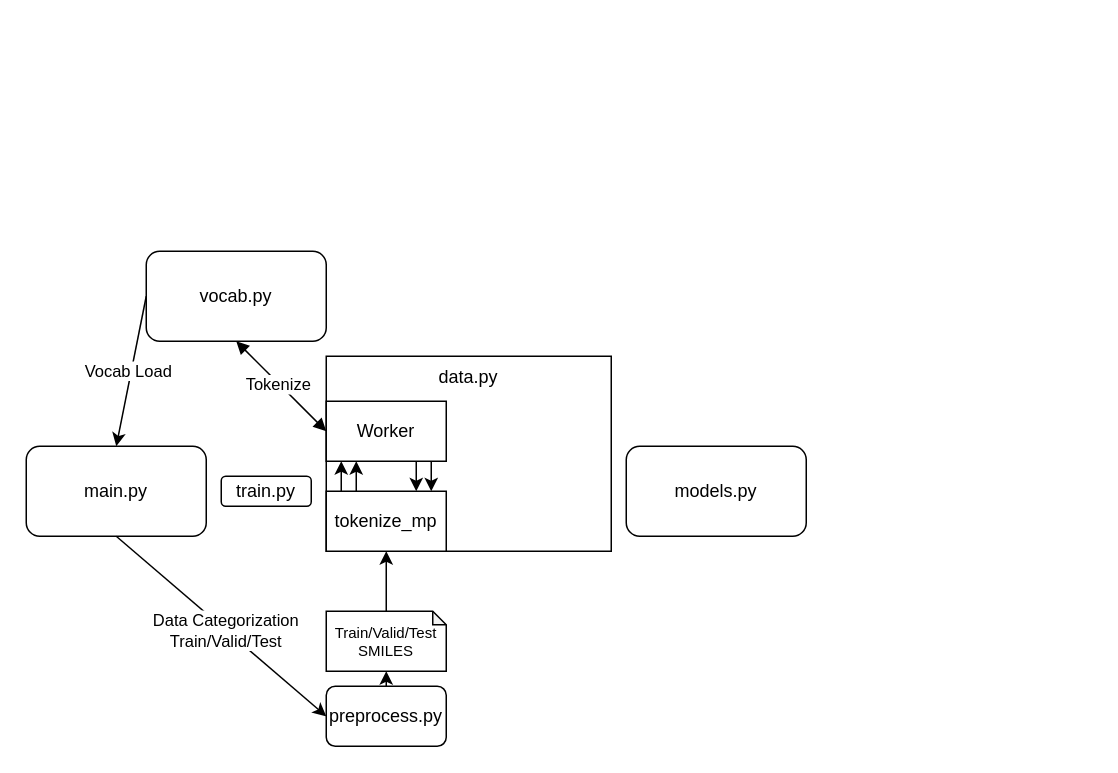
Above: Untitled Diagram.drawio in rladbtls1998/public_temp (draw.io), before the change. Source tidied: cells renumbered, new cells numbered last; positions are measured from the earlier drawing's top-left corner, leaving out a move shared by most shapes. Both pictures are drawn from the tidied source at 150%, with x=0, y=0 at pixel (26, 250).
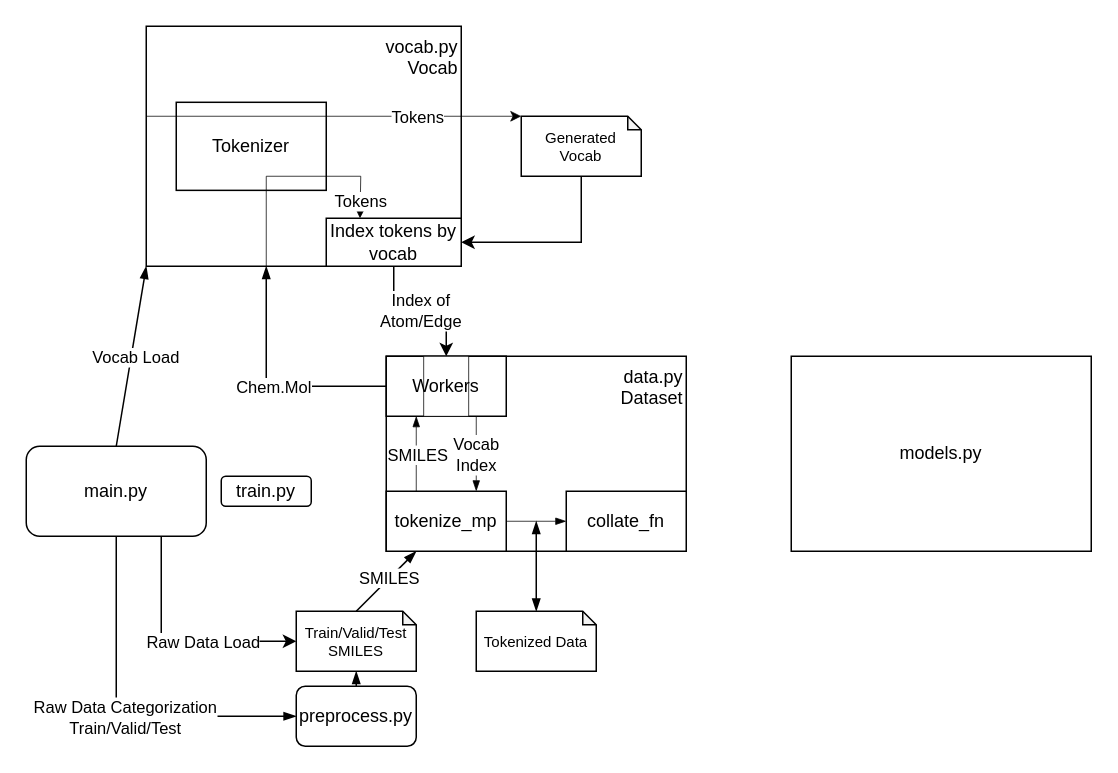
The same page after the edit.

The change refers to these unchanged cells:
```xml
<mxCell id="2" value="main.py" style="rounded=1;whiteSpace=wrap;html=1;" parent="1" vertex="1">
  <mxGeometry y="130" width="120" height="60" as="geometry" />
</mxCell>
```

What changed in the source:
```diff
@@
-    <mxCell id="3" value="models.py" style="rounded=1;whiteSpace=wrap;html=1;" parent="1" vertex="1">
-      <mxGeometry x="400" y="130" width="120" height="60" as="geometry" />
+    <mxCell id="3" value="models.py" style="rounded=0;whiteSpace=wrap;html=1;" parent="1" vertex="1">
+      <mxGeometry x="510" y="70" width="200" height="130" as="geometry" />
     </mxCell>
     <mxCell id="4" value="preprocess.py" style="rounded=1;whiteSpace=wrap;html=1;" parent="1" vertex="1">
-      <mxGeometry x="200" y="290" width="80" height="40" as="geometry" />
+      <mxGeometry x="180" y="290" width="80" height="40" as="geometry" />
     </mxCell>
@@
-    <mxCell id="6" value="vocab.py" style="rounded=1;whiteSpace=wrap;html=1;" parent="1" vertex="1">
-      <mxGeometry x="80" width="120" height="60" as="geometry" />
-    </mxCell>
-    <mxCell id="7" style="endArrow=classic;html=1;rounded=0;exitX=0.5;exitY=1;exitDx=0;exitDy=0;entryX=0;entryY=0.5;entryDx=0;entryDy=0;" parent="1" edge="1" source="2" target="4">
-      <mxGeometry relative="1" as="geometry" />
+    <mxCell id="7" style="endArrow=blockThin;html=1;rounded=0;exitX=0.5;exitY=1;exitDx=0;exitDy=0;entryX=0;entryY=0.5;entryDx=0;entryDy=0;endFill=1;edgeStyle=elbowEdgeStyle;" parent="1" edge="1" source="2" target="4">
+      <mxGeometry relative="1" as="geometry">
+        <Array as="points">
+          <mxPoint x="60" y="250" />
+        </Array>
+      </mxGeometry>
     </mxCell>
-    <mxCell id="8" value="&lt;div&gt;Data Categorization&lt;/div&gt;&lt;div&gt;Train/Valid/Test&lt;br&gt;&lt;/div&gt;" style="edgeLabel;html=1;align=center;verticalAlign=middle;" parent="7" vertex="1">
+    <mxCell id="8" value="&lt;div&gt;Raw Data Categorization&lt;/div&gt;&lt;div&gt;Train/Valid/Test&lt;br&gt;&lt;/div&gt;" style="edgeLabel;html=1;align=center;verticalAlign=middle;" parent="7" vertex="1">
       <mxGeometry x="0.04" relative="1" as="geometry" />
     </mxCell>
-    <mxCell id="9" style="endArrow=classic;html=1;rounded=0;entryX=0.5;entryY=0;entryDx=0;entryDy=0;exitX=0;exitY=0.5;exitDx=0;exitDy=0;" parent="1" edge="1" source="6" target="2">
+    <mxCell id="9" style="endArrow=blockThin;html=1;rounded=0;entryX=0;entryY=1;entryDx=0;entryDy=0;exitX=0.5;exitY=0;exitDx=0;exitDy=0;endFill=1;" parent="1" edge="1" source="2" target="6">
       <mxGeometry relative="1" as="geometry" />
     </mxCell>
@@
-    <mxCell id="11" style="endArrow=classic;html=1;rounded=0;exitX=0.5;exitY=0;exitDx=0;exitDy=0;entryX=0.5;entryY=1;entryDx=0;entryDy=0;entryPerimeter=0;" parent="1" edge="1" source="4" target="12">
+    <mxCell id="11" style="endArrow=blockThin;html=1;rounded=0;exitX=0.5;exitY=0;exitDx=0;exitDy=0;entryX=0.5;entryY=1;entryDx=0;entryDy=0;entryPerimeter=0;endFill=1;" parent="1" edge="1" source="4" target="12">
       <mxGeometry relative="1" as="geometry" />
     </mxCell>
     <mxCell id="12" value="&lt;div style=&quot;font-size: 10px;&quot;&gt;&lt;font style=&quot;font-size: 10px;&quot;&gt;Train/Valid/Test&lt;br style=&quot;font-size: 10px;&quot;&gt;&lt;/font&gt;&lt;/div&gt;&lt;div style=&quot;font-size: 10px;&quot;&gt;&lt;font style=&quot;font-size: 10px;&quot;&gt;SMILES&lt;/font&gt;&lt;/div&gt;" style="shape=note;whiteSpace=wrap;html=1;backgroundOutline=1;darkOpacity=0.05;size=9;fontSize=10;" parent="1" vertex="1">
-      <mxGeometry x="200" y="240" width="80" height="40" as="geometry" />
+      <mxGeometry x="180" y="240" width="80" height="40" as="geometry" />
     </mxCell>
-    <mxCell id="13" style="rounded=0;jettySize=auto;html=1;exitX=0.5;exitY=0;exitDx=0;exitDy=0;exitPerimeter=0;entryX=0.5;entryY=1;entryDx=0;entryDy=0;" parent="1" edge="1" source="12" target="16">
+    <mxCell id="13" style="rounded=0;jettySize=auto;html=1;exitX=0.5;exitY=0;exitDx=0;exitDy=0;exitPerimeter=0;entryX=0.25;entryY=1;entryDx=0;entryDy=0;endArrow=blockThin;endFill=1;" parent="1" edge="1" source="12" target="16">
       <mxGeometry relative="1" as="geometry" />
     </mxCell>
-    <mxCell id="14" style="group;" parent="1" vertex="1">
-      <mxGeometry x="200" y="70" width="190" height="130" as="geometry" />
-    </mxCell>
+    <mxCell id="24" value="SMILES" style="edgeLabel;html=1;align=center;verticalAlign=middle;" parent="13" vertex="1">
+      <mxGeometry x="0.08" y="1" relative="1" as="geometry" />
+    </mxCell>
+    <mxCell id="22" style="rounded=0;orthogonalLoop=1;jettySize=auto;html=1;endArrow=blockThin;endFill=1;startArrow=none;startFill=0;exitX=0;exitY=0.5;exitDx=0;exitDy=0;edgeStyle=elbowEdgeStyle;elbow=vertical;" parent="1" edge="1">
+      <mxGeometry relative="1" as="geometry">
+        <mxPoint x="240" y="90" as="sourcePoint" />
+        <mxPoint x="160" y="10" as="targetPoint" />
+        <Array as="points">
+          <mxPoint x="190" y="90" />
+        </Array>
+      </mxGeometry>
+    </mxCell>
+    <mxCell id="25" value="Chem.Mol" style="edgeLabel;html=1;align=center;verticalAlign=middle;" parent="22" vertex="1">
+      <mxGeometry x="-0.62" relative="1" as="geometry">
+        <mxPoint x="-46" as="offset" />
+      </mxGeometry>
+    </mxCell>
+    <mxCell id="26" value="&lt;div style=&quot;font-size: 10px;&quot;&gt;Tokenized Data&lt;/div&gt;" style="shape=note;whiteSpace=wrap;html=1;backgroundOutline=1;darkOpacity=0.05;size=9;fontSize=10;" parent="1" vertex="1">
+      <mxGeometry x="300" y="240" width="80" height="40" as="geometry" />
+    </mxCell>
+    <mxCell id="27" style="group;" parent="1" vertex="1">
+      <mxGeometry x="240" y="70" width="200" height="130" as="geometry" />
+    </mxCell>
-    <mxCell id="15" value="data.py" style="rounded=0;whiteSpace=wrap;html=1;horizontal=1;verticalAlign=top;glass=0;shadow=0;textShadow=0;" parent="14" vertex="1">
-      <mxGeometry width="190" height="130" as="geometry" />
+    <mxCell id="15" value="data.py&lt;div&gt;Dataset&lt;/div&gt;" style="rounded=0;whiteSpace=wrap;html=1;horizontal=1;verticalAlign=top;glass=0;shadow=0;textShadow=0;align=right;" parent="27" vertex="1">
+      <mxGeometry width="200" height="130" as="geometry" />
     </mxCell>
+    <mxCell id="28" style="rounded=0;jettySize=auto;html=1;exitX=1;exitY=0.5;exitDx=0;exitDy=0;entryX=0;entryY=0.5;entryDx=0;entryDy=0;endArrow=blockThin;endFill=1;strokeWidth=0.5;" parent="27" edge="1" source="16" target="31">
+      <mxGeometry relative="1" as="geometry" />
+    </mxCell>
-    <mxCell id="16" value="tokenize_mp" style="rounded=0;whiteSpace=wrap;html=1;" parent="14" vertex="1">
+    <mxCell id="16" value="tokenize_mp" style="rounded=0;whiteSpace=wrap;html=1;" parent="27" vertex="1">
       <mxGeometry y="90" width="80" height="40" as="geometry" />
     </mxCell>
-    <mxCell id="17" value="Worker" style="rounded=0;whiteSpace=wrap;html=1;" parent="14" vertex="1">
-      <mxGeometry y="30" width="80" height="40" as="geometry" />
-    </mxCell>
-    <mxCell id="18" style="endArrow=classic;html=1;rounded=0;exitX=0.25;exitY=0;exitDx=0;exitDy=0;entryX=0.25;entryY=1;entryDx=0;entryDy=0;" parent="14" edge="1" source="16" target="17">
-      <mxGeometry relative="1" as="geometry" />
+    <mxCell id="18" style="endArrow=blockThin;html=1;rounded=0;exitX=0.25;exitY=0;exitDx=0;exitDy=0;entryX=0.25;entryY=1;entryDx=0;entryDy=0;endFill=1;strokeWidth=0.5;" parent="27" edge="1" source="16">
+      <mxGeometry relative="1" as="geometry">
+        <mxPoint x="20" y="40" as="targetPoint" />
+      </mxGeometry>
     </mxCell>
-    <mxCell id="19" style="endArrow=classic;html=1;rounded=0;exitX=0.25;exitY=0;exitDx=0;exitDy=0;entryX=0.25;entryY=1;entryDx=0;entryDy=0;" parent="14" edge="1">
-      <mxGeometry relative="1" as="geometry">
-        <mxPoint x="10" y="90" as="sourcePoint" />
-        <mxPoint x="10" y="70" as="targetPoint" />
-      </mxGeometry>
-    </mxCell>
+    <mxCell id="29" value="SMILES" style="edgeLabel;html=1;align=center;verticalAlign=middle;" parent="18" vertex="1">
+      <mxGeometry x="0.01" relative="1" as="geometry" />
+    </mxCell>
-    <mxCell id="20" style="endArrow=classic;html=1;rounded=0;exitX=0.75;exitY=1;exitDx=0;exitDy=0;entryX=0.75;entryY=0;entryDx=0;entryDy=0;" parent="14" edge="1" source="17" target="16">
-      <mxGeometry relative="1" as="geometry" />
+    <mxCell id="20" style="endArrow=blockThin;html=1;rounded=0;exitX=0.75;exitY=1;exitDx=0;exitDy=0;entryX=0.75;entryY=0;entryDx=0;entryDy=0;endFill=1;strokeWidth=0.5;" parent="27" edge="1" target="16">
+      <mxGeometry relative="1" as="geometry">
+        <mxPoint x="60" y="40" as="sourcePoint" />
+      </mxGeometry>
     </mxCell>
-    <mxCell id="21" style="endArrow=classic;html=1;rounded=0;exitX=0.75;exitY=1;exitDx=0;exitDy=0;entryX=0.75;entryY=0;entryDx=0;entryDy=0;" parent="14" edge="1">
-      <mxGeometry relative="1" as="geometry">
-        <mxPoint x="70" y="70" as="sourcePoint" />
-        <mxPoint x="70" y="90" as="targetPoint" />
-      </mxGeometry>
-    </mxCell>
-    <mxCell id="22" style="rounded=0;jettySize=auto;html=1;entryX=0.5;entryY=1;entryDx=0;entryDy=0;endArrow=block;endFill=1;startArrow=block;startFill=1;" parent="1" edge="1" target="6">
-      <mxGeometry relative="1" as="geometry">
-        <mxPoint x="200" y="120" as="sourcePoint" />
-      </mxGeometry>
-    </mxCell>
-    <mxCell id="23" value="Tokenize" style="edgeLabel;html=1;align=center;verticalAlign=middle;" parent="22" vertex="1">
-      <mxGeometry x="0.06" y="1" relative="1" as="geometry" />
-    </mxCell>
+    <mxCell id="30" value="Vocab&lt;div&gt;Index&lt;/div&gt;" style="edgeLabel;html=1;align=center;verticalAlign=middle;" parent="20" vertex="1">
+      <mxGeometry y="-1" relative="1" as="geometry" />
+    </mxCell>
+    <mxCell id="31" value="collate_fn" style="rounded=0;whiteSpace=wrap;html=1;" parent="27" vertex="1">
+      <mxGeometry x="120" y="90" width="80" height="40" as="geometry" />
+    </mxCell>
+    <mxCell id="32" style="rounded=0;whiteSpace=wrap;html=1;" parent="27" vertex="1">
+      <mxGeometry width="80" height="40" as="geometry" />
+    </mxCell>
+    <mxCell id="33" value="Workers" style="rounded=0;whiteSpace=wrap;html=1;strokeWidth=0.5;" parent="27" vertex="1">
+      <mxGeometry x="25" width="30" height="40" as="geometry" />
+    </mxCell>
+    <mxCell id="34" style="rounded=0;jettySize=auto;html=1;entryX=0.5;entryY=0;entryDx=0;entryDy=0;entryPerimeter=0;startArrow=blockThin;startFill=1;endArrow=blockThin;endFill=1;" parent="1" edge="1" target="26">
+      <mxGeometry relative="1" as="geometry">
+        <mxPoint x="340" y="180" as="sourcePoint" />
+      </mxGeometry>
+    </mxCell>
+    <mxCell id="35" value="&lt;div style=&quot;font-size: 10px;&quot;&gt;Generated&lt;/div&gt;&lt;div style=&quot;font-size: 10px;&quot;&gt;Vocab&lt;/div&gt;" style="shape=note;whiteSpace=wrap;html=1;backgroundOutline=1;darkOpacity=0.05;size=9;fontSize=10;" parent="1" vertex="1">
+      <mxGeometry x="330" y="-90" width="80" height="40" as="geometry" />
+    </mxCell>
+    <mxCell id="36" style="edgeStyle=orthogonalEdgeStyle;rounded=0;jettySize=auto;html=1;exitX=0.75;exitY=1;exitDx=0;exitDy=0;entryX=0;entryY=0.5;entryDx=0;entryDy=0;entryPerimeter=0;" parent="1" edge="1" source="2" target="12">
+      <mxGeometry relative="1" as="geometry" />
+    </mxCell>
+    <mxCell id="37" value="Raw Data Load" style="edgeLabel;html=1;align=center;verticalAlign=middle;" parent="36" vertex="1">
+      <mxGeometry x="0.21" relative="1" as="geometry" />
+    </mxCell>
+    <mxCell id="38" style="group;" parent="1" vertex="1">
+      <mxGeometry x="80" y="-150" width="210" height="160" as="geometry" />
+    </mxCell>
+    <mxCell id="6" value="vocab.py&lt;div&gt;Vocab&lt;/div&gt;" style="rounded=0;whiteSpace=wrap;html=1;align=right;verticalAlign=top;" parent="38" vertex="1">
+      <mxGeometry width="210" height="160" as="geometry" />
+    </mxCell>
+    <mxCell id="39" value="Tokenizer" style="rounded=0;whiteSpace=wrap;html=1;" parent="38" vertex="1">
+      <mxGeometry x="20" y="50.7" width="100" height="58.7" as="geometry" />
+    </mxCell>
+    <mxCell id="40" value="Index tokens by vocab" style="rounded=0;whiteSpace=wrap;html=1;" parent="38" vertex="1">
+      <mxGeometry x="120" y="128" width="90" height="32" as="geometry" />
+    </mxCell>
+    <mxCell id="41" style="endArrow=classic;html=1;rounded=0;entryX=0;entryY=0;entryDx=0;entryDy=0;entryPerimeter=0;strokeWidth=0.5;" parent="38" edge="1">
+      <mxGeometry relative="1" as="geometry">
+        <mxPoint y="60" as="sourcePoint" />
+        <mxPoint x="250" y="60" as="targetPoint" />
+      </mxGeometry>
+    </mxCell>
+    <mxCell id="42" value="Tokens" style="edgeLabel;html=1;align=center;verticalAlign=middle;" parent="41" vertex="1">
+      <mxGeometry x="0.44" relative="1" as="geometry" />
+    </mxCell>
+    <mxCell id="43" style="endArrow=classic;html=1;rounded=0;exitX=0.381;exitY=0.999;exitDx=0;exitDy=0;exitPerimeter=0;entryX=0.25;entryY=0;entryDx=0;entryDy=0;strokeWidth=0.5;" parent="38" edge="1" source="6" target="40">
+      <mxGeometry relative="1" as="geometry">
+        <Array as="points">
+          <mxPoint x="80" y="100" />
+          <mxPoint x="143" y="100" />
+        </Array>
+      </mxGeometry>
+    </mxCell>
+    <mxCell id="44" value="Tokens" style="edgeLabel;html=1;align=center;verticalAlign=middle;" parent="43" vertex="1">
+      <mxGeometry x="0.84" relative="1" as="geometry" />
+    </mxCell>
+    <mxCell id="45" style="edgeStyle=orthogonalEdgeStyle;rounded=0;jettySize=auto;html=1;exitX=0.5;exitY=1;exitDx=0;exitDy=0;entryX=1;entryY=0.5;entryDx=0;entryDy=0;exitPerimeter=0;" parent="1" edge="1" source="35" target="40">
+      <mxGeometry relative="1" as="geometry" />
+    </mxCell>
+    <mxCell id="46" style="edgeStyle=orthogonalEdgeStyle;rounded=0;jettySize=auto;html=1;entryX=0.5;entryY=0;entryDx=0;entryDy=0;" parent="1" edge="1" source="40" target="33">
+      <mxGeometry relative="1" as="geometry" />
+    </mxCell>
+    <mxCell id="47" value="Index of&lt;div&gt;Atom/Edge&lt;/div&gt;" style="edgeLabel;html=1;align=center;verticalAlign=middle;" parent="46" vertex="1">
+      <mxGeometry x="-0.02" y="1" relative="1" as="geometry" />
+    </mxCell>
```
